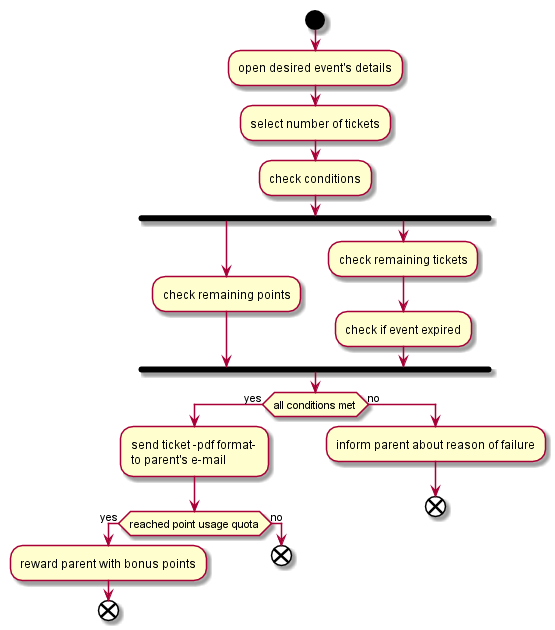
The PlantUML diagram plantUml/PNGs/Activity-buyTicket.png in OrestisKariotis/Stack-Over-Flowers, before a commit.
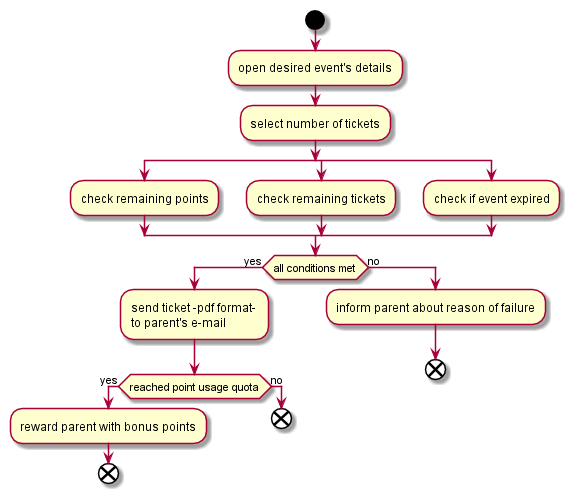
Later version of the same file.

Commit message:
Added UseCase Diagramm.

Change to the diagram source:
```diff
@@ -3,13 +3,14 @@
 start
 :open desired event's details;
 :select number of tickets;
-:check conditions;
-fork
+
+split
 :check remaining points;
-fork again
+split again
 :check remaining tickets;
+split again
 :check if event expired;
-end fork
+end split
 if (all conditions met) then (yes)
 	:send ticket -pdf format- \nto parent's e-mail;
 	if (reached point usage quota) then (yes)
```
